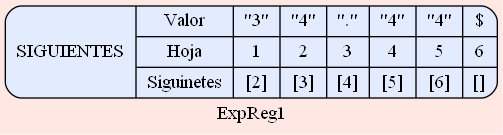
Above: SIGUIENTES_202000119/Siguientes_ExpReg1.png in SergieArizandieta/OLC1-P1-202000119 (Graphviz), before the change. Its source is kept beside it as SIGUIENTES_202000119/Siguientes_ExpReg1.dot.
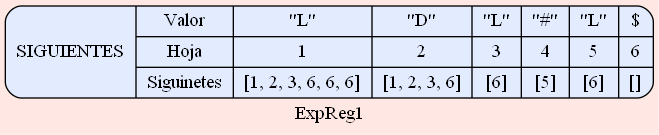
After the commit.

The edit, as a diff of the source:
```diff
@@ -3,11 +3,11 @@
  node [shape=Mrecord fillcolor="#E3EBFF" style =filled];
 label ="ExpReg1"
 struct1 [label="SIGUIENTES| { Valor | Hoja| Siguinetes } |
-{ \"3\"| 1 | [2]}|
-{ \"4\"| 2 | [3]}|
-{ \".\"| 3 | [4]}|
-{ \"4\"| 4 | [5]}|
-{ \"4\"| 5 | [6]}|
+{ \"L\"| 1 | [1, 2, 3, 6, 6, 6]}|
+{ \"D\"| 2 | [1, 2, 3, 6]}|
+{ \"L\"| 3 | [6]}|
+{ \"#\"| 4 | [5]}|
+{ \"L\"| 5 | [6]}|
 { $| 6 | []}
 "];
  }
```
